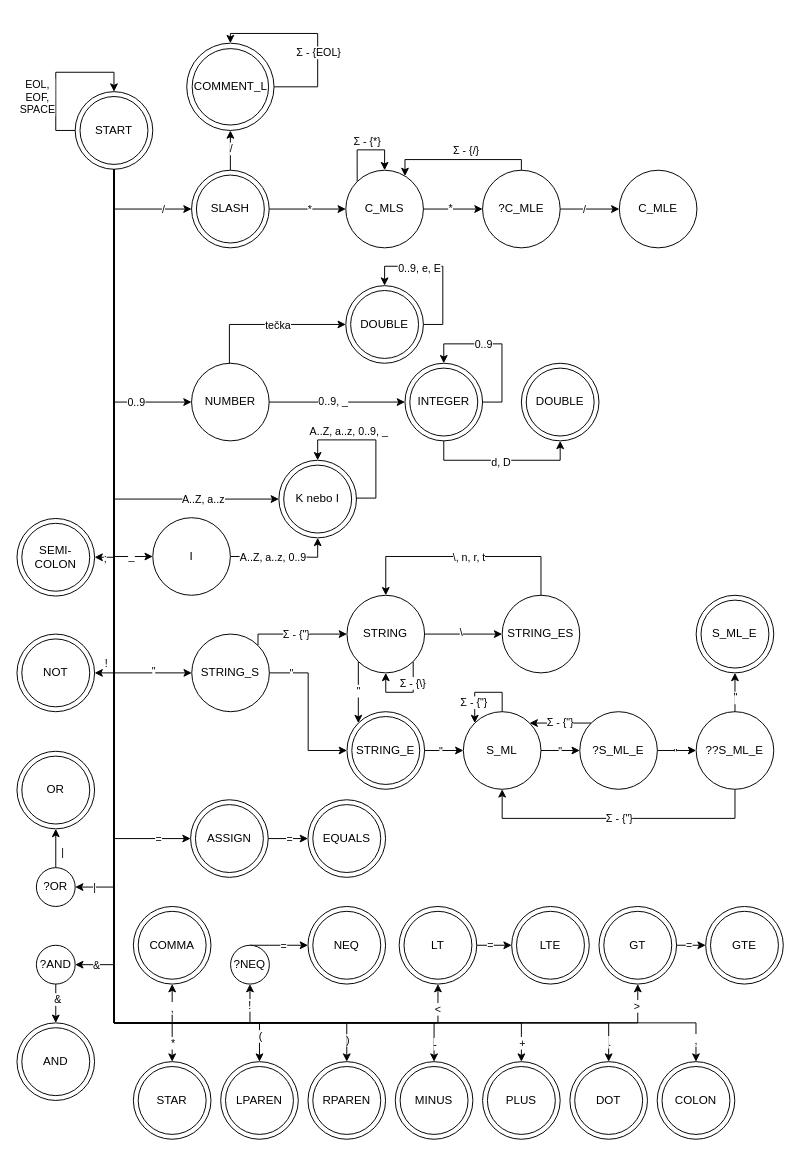
Zero5G/ifj-project keeps this draw.io diagram as doc/other/lexer.drawio. Above is the earlier version. Source tidied: cells renumbered, new cells numbered last; positions are measured from the earlier drawing's top-left corner, leaving out a move shared by most shapes. Both pictures are drawn from the tidied source at 97%, with x=0, y=0 at pixel (16, 33).
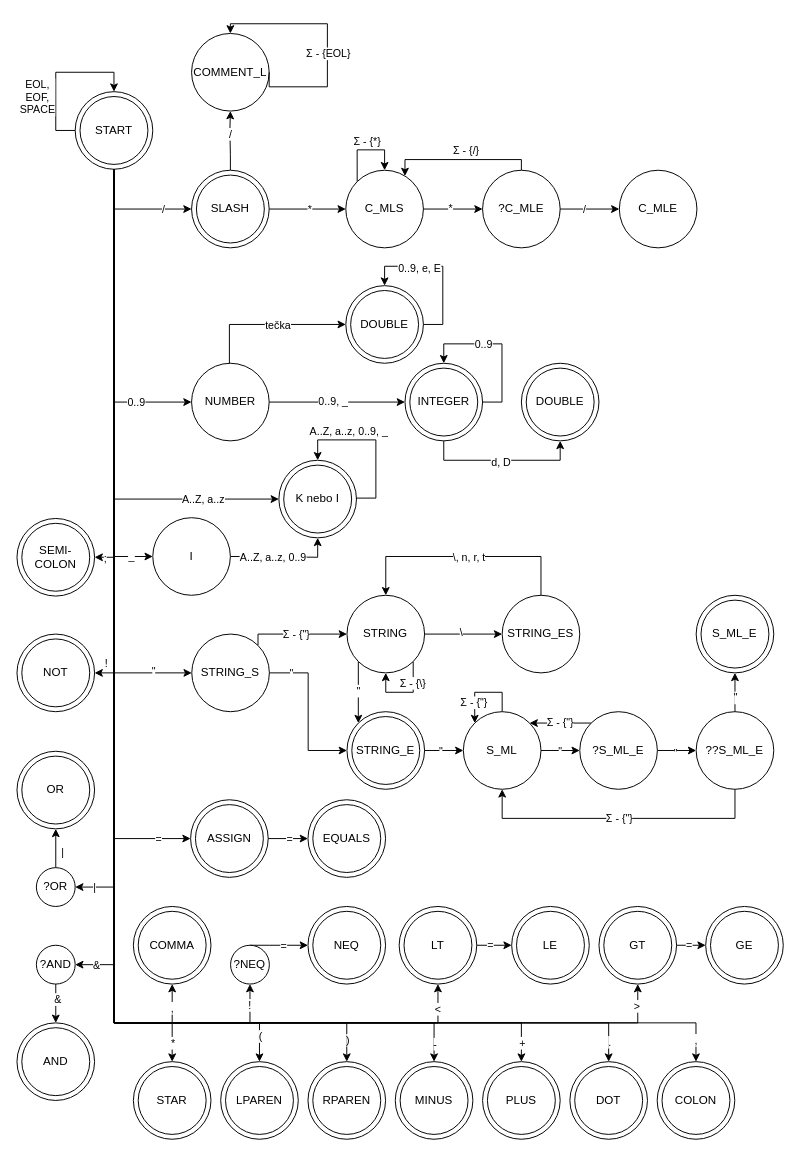
The same page after the edit.

Unchanged cells that the change refers to:
```xml
<mxCell id="116" style="ellipse;whiteSpace=wrap;html=1;shapeInside=1;" parent="115" vertex="1">
  <mxGeometry width="80" height="80" as="geometry" />
</mxCell>
<mxCell id="156" style="group;" parent="1" vertex="1">
  <mxGeometry x="510" y="900" width="80" height="80" as="geometry" />
</mxCell>
<mxCell id="162" style="group;" parent="1" vertex="1">
  <mxGeometry x="710" y="900" width="80" height="80" as="geometry" />
</mxCell>
```

Diff of the diagram source:
```diff
@@
-    <mxCell id="12" style="edgeStyle=orthogonalEdgeStyle;rounded=0;jettySize=auto;html=1;exitX=0.5;exitY=0;exitDx=0;exitDy=0;entryX=0.5;entryY=1;entryDx=0;entryDy=0;" parent="1" edge="1" source="116" target="52">
+    <mxCell id="12" style="edgeStyle=orthogonalEdgeStyle;rounded=0;jettySize=auto;html=1;exitX=0.5;exitY=0;exitDx=0;exitDy=0;entryX=0.5;entryY=1;entryDx=0;entryDy=0;" parent="1" edge="1" source="116" target="210">
       <mxGeometry relative="1" as="geometry">
         <Array as="points">
           <mxPoint x="220" y="125" />
           <mxPoint x="219.5" y="125" />
           <mxPoint x="219.5" y="100" />
+          <mxPoint x="220" y="100" />
         </Array>
       </mxGeometry>
     </mxCell>
@@
-    <mxCell id="51" style="group;" parent="1" vertex="1">
-      <mxGeometry x="175" y="10" width="90" height="90" as="geometry" />
-    </mxCell>
-    <mxCell id="52" style="ellipse;whiteSpace=wrap;html=1;shapeInside=1;" parent="51" vertex="1">
-      <mxGeometry width="90" height="90" as="geometry" />
-    </mxCell>
-    <mxCell id="53" value="COMMENT&lt;span style=&quot;text-decoration-line: inherit; background-color: transparent; color: light-dark(rgb(0, 0, 0), rgb(255, 255, 255));&quot;&gt;_L&lt;/span&gt;" style="ellipse;whiteSpace=wrap;html=1;shapeInside=1;" parent="51" vertex="1">
-      <mxGeometry x="5.6" y="5.6" width="78.8" height="78.8" as="geometry" />
-    </mxCell>
-    <mxCell id="54" style="edgeStyle=orthogonalEdgeStyle;rounded=0;orthogonalLoop=1;jettySize=auto;html=1;innerLoopWaypoints=1;exitX=1;exitY=0.5;exitDx=0;exitDy=0;entryX=0.5;entryY=0;entryDx=0;entryDy=0;" parent="51" edge="1" source="52" target="52">
-      <mxGeometry relative="1" as="geometry">
-        <Array as="points">
-          <mxPoint x="135" y="45" />
-          <mxPoint x="135" y="-10" />
-          <mxPoint x="45" y="-10" />
-        </Array>
-      </mxGeometry>
-    </mxCell>
-    <mxCell id="55" value="Σ - {EOL}" style="edgeLabel;html=1;align=center;verticalAlign=middle;" parent="54" vertex="1">
-      <mxGeometry x="-0.1" relative="1" as="geometry">
-        <mxPoint y="9" as="offset" />
-      </mxGeometry>
-    </mxCell>
@@
-    <mxCell id="158" value="LTE" style="ellipse;whiteSpace=wrap;html=1;shapeInside=1;" parent="156" vertex="1">
+    <mxCell id="158" value="LE" style="ellipse;whiteSpace=wrap;html=1;shapeInside=1;" parent="156" vertex="1">
       <mxGeometry x="5" y="5" width="70" height="70" as="geometry" />
     </mxCell>
@@
-    <mxCell id="164" value="GTE" style="ellipse;whiteSpace=wrap;html=1;shapeInside=1;" parent="162" vertex="1">
+    <mxCell id="164" value="GE" style="ellipse;whiteSpace=wrap;html=1;shapeInside=1;" parent="162" vertex="1">
       <mxGeometry x="5" y="5" width="70" height="70" as="geometry" />
     </mxCell>
@@
+    <mxCell id="210" value="COMMENT_L" style="ellipse;whiteSpace=wrap;html=1;shapeInside=1;" parent="1" vertex="1">
+      <mxGeometry x="180" width="80" height="80" as="geometry" />
+    </mxCell>
+    <mxCell id="54" style="edgeStyle=orthogonalEdgeStyle;rounded=0;orthogonalLoop=1;jettySize=auto;html=1;innerLoopWaypoints=1;exitX=1;exitY=0.5;exitDx=0;exitDy=0;entryX=0.5;entryY=0;entryDx=0;entryDy=0;" parent="1" edge="1" source="210" target="210">
+      <mxGeometry relative="1" as="geometry">
+        <Array as="points">
+          <mxPoint x="260" y="55" />
+          <mxPoint x="320" y="55" />
+          <mxPoint x="320" y="-10" />
+          <mxPoint x="220" y="-10" />
+        </Array>
+      </mxGeometry>
+    </mxCell>
+    <mxCell id="55" value="Σ - {EOL}" style="edgeLabel;html=1;align=center;verticalAlign=middle;" parent="54" vertex="1">
+      <mxGeometry x="-0.1" relative="1" as="geometry">
+        <mxPoint y="3" as="offset" />
+      </mxGeometry>
+    </mxCell>
```
